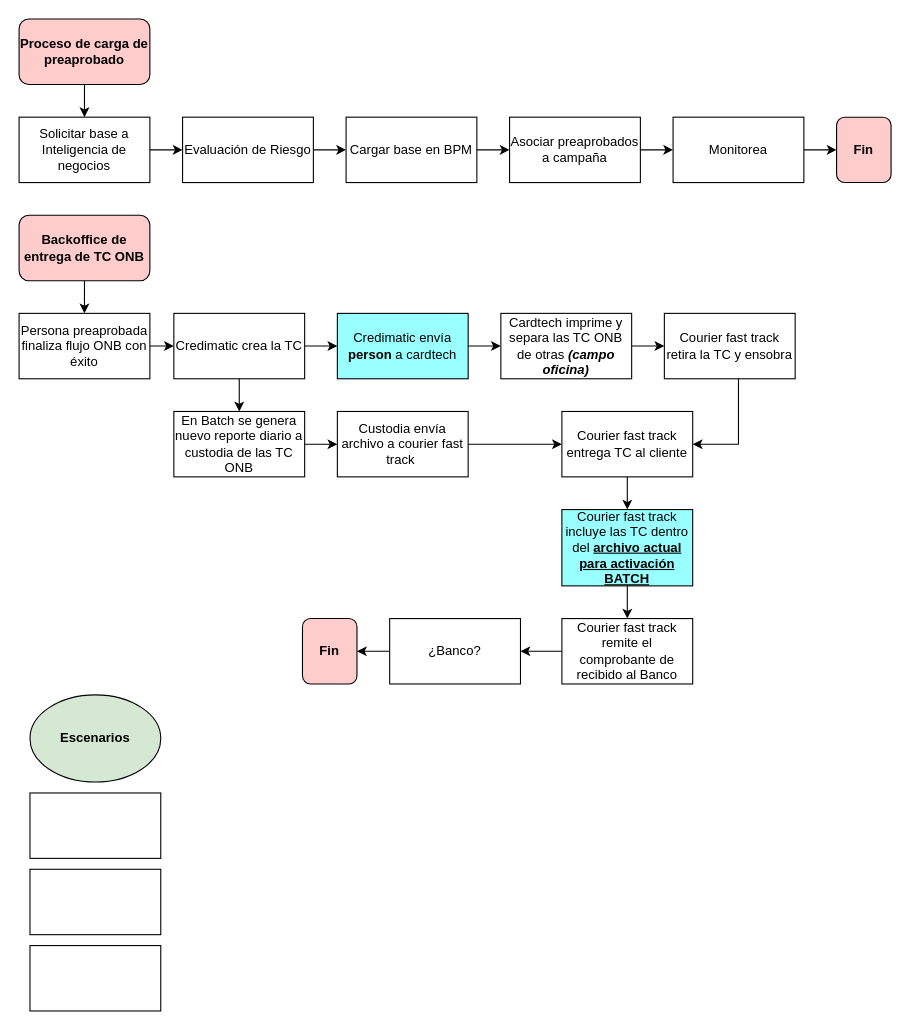
This is page "Backoffice TC" (23 of 23) of Untitled Diagram.drawio from jrocafuerte/BookStore, a draw.io file, before an edit. Source tidied: cells renumbered, new cells numbered last; positions are measured from the earlier drawing's top-left corner, leaving out a move shared by most shapes. Both pictures are drawn from the tidied source at 109%, with x=0, y=0 at pixel (19, 19).
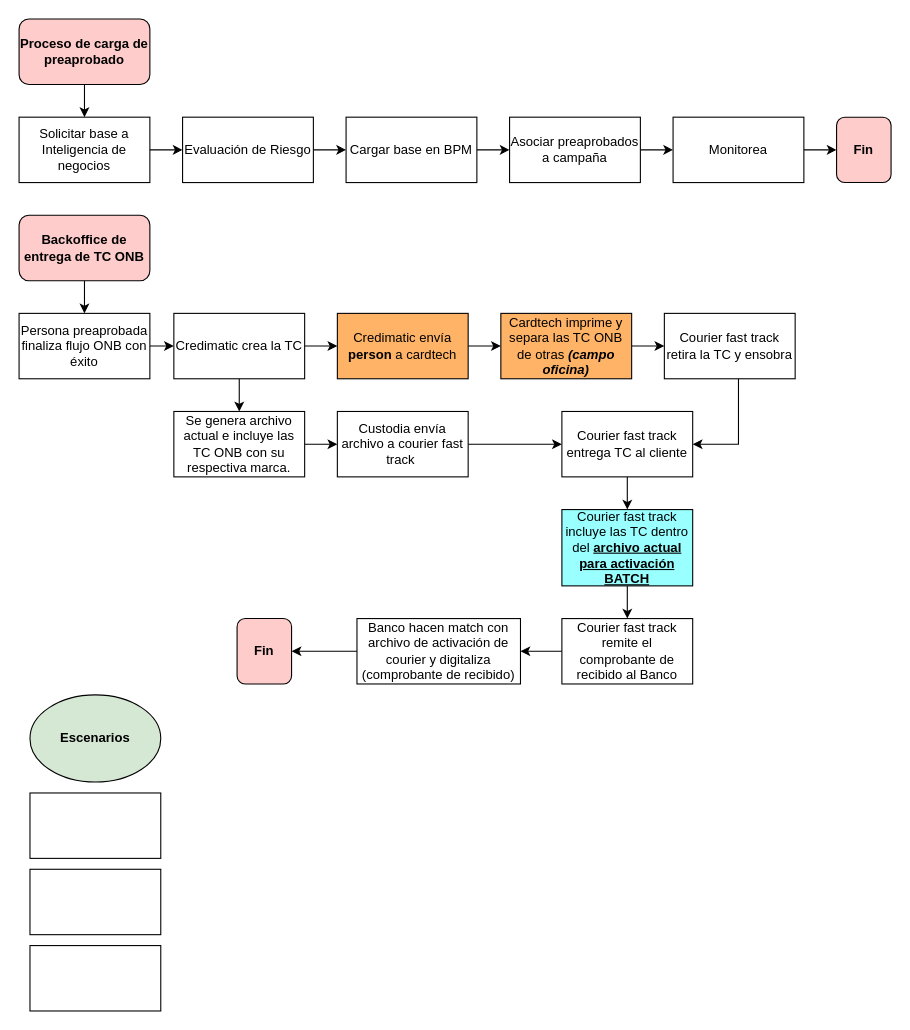
The same diagram, later.

The edit, as a diff of the source:
```diff
@@
-    <mxCell id="23" value="Credimatic envía &lt;b&gt;person&lt;/b&gt; a cardtech" style="rounded=0;whiteSpace=wrap;html=1;fillColor=#99FFFF;" parent="1" vertex="1">
+    <mxCell id="23" value="Credimatic envía &lt;b&gt;person&lt;/b&gt; a cardtech" style="rounded=0;whiteSpace=wrap;html=1;fillColor=#FFB366;" parent="1" vertex="1">
       <mxGeometry x="292" y="270" width="120" height="60" as="geometry" />
     </mxCell>
@@
-    <mxCell id="25" value="Cardtech imprime y separa las TC ONB de otras &lt;i&gt;&lt;b&gt;(campo oficina)&lt;/b&gt;&lt;/i&gt;" style="rounded=0;whiteSpace=wrap;html=1;" parent="1" vertex="1">
+    <mxCell id="25" value="Cardtech imprime y separa las TC ONB de otras &lt;i&gt;&lt;b&gt;(campo oficina)&lt;/b&gt;&lt;/i&gt;" style="rounded=0;whiteSpace=wrap;html=1;fillColor=#FFB366;" parent="1" vertex="1">
       <mxGeometry x="442" y="270" width="120" height="60" as="geometry" />
     </mxCell>
@@
-    <mxCell id="29" value="En Batch se genera nuevo reporte diario a custodia de las TC ONB" style="rounded=0;whiteSpace=wrap;html=1;" parent="1" vertex="1">
+    <mxCell id="29" value="Se genera archivo actual e incluye las TC ONB con su respectiva marca." style="rounded=0;whiteSpace=wrap;html=1;" parent="1" vertex="1">
       <mxGeometry x="142" y="360" width="120" height="60" as="geometry" />
     </mxCell>
@@
-    <mxCell id="39" value="¿Banco?" style="rounded=0;whiteSpace=wrap;html=1;" parent="1" vertex="1">
-      <mxGeometry x="340" y="550" width="120" height="60" as="geometry" />
+    <mxCell id="39" value="Banco hacen match con archivo de activación de courier y digitaliza (comprobante de recibido)" style="rounded=0;whiteSpace=wrap;html=1;" parent="1" vertex="1">
+      <mxGeometry x="310" y="550" width="150" height="60" as="geometry" />
     </mxCell>
     <mxCell id="40" value="&lt;b&gt;Fin&lt;/b&gt;" style="rounded=1;whiteSpace=wrap;html=1;fillColor=#FFCCCC;" parent="1" vertex="1">
-      <mxGeometry x="260" y="550" width="50" height="60" as="geometry" />
+      <mxGeometry x="200" y="550" width="50" height="60" as="geometry" />
     </mxCell>
```
